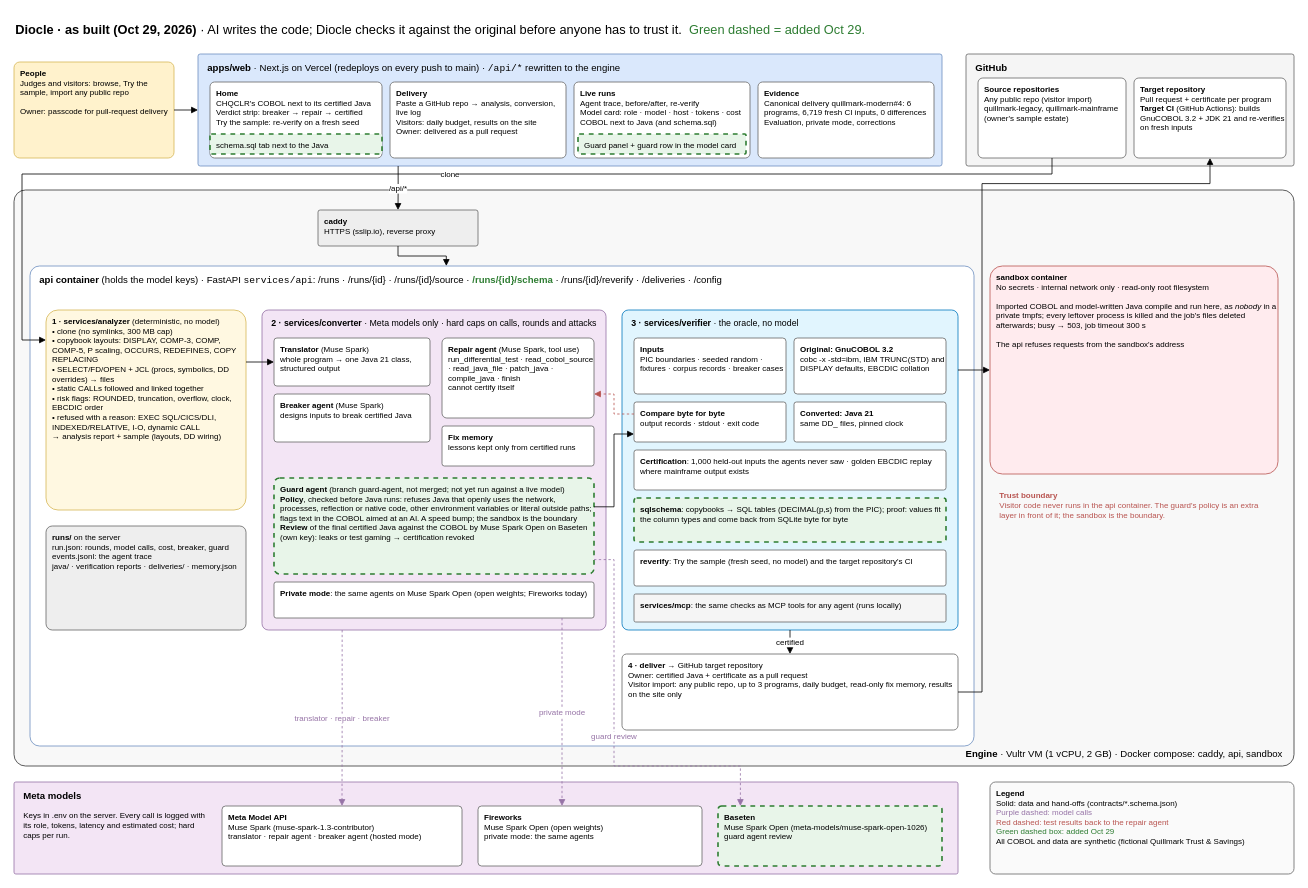
This is page "Architecture (as built, Oct 29)" (1 of 2) of docs/architecture.drawio from Nivetha200111/Diocle, a draw.io file, before an edit. Source tidied: cells renumbered, new cells numbered last; positions are measured from the earlier drawing's top-left corner, leaving out a move shared by most shapes. Both pictures are drawn from the tidied source at 80%, with x=0, y=0 at pixel (14, 14).
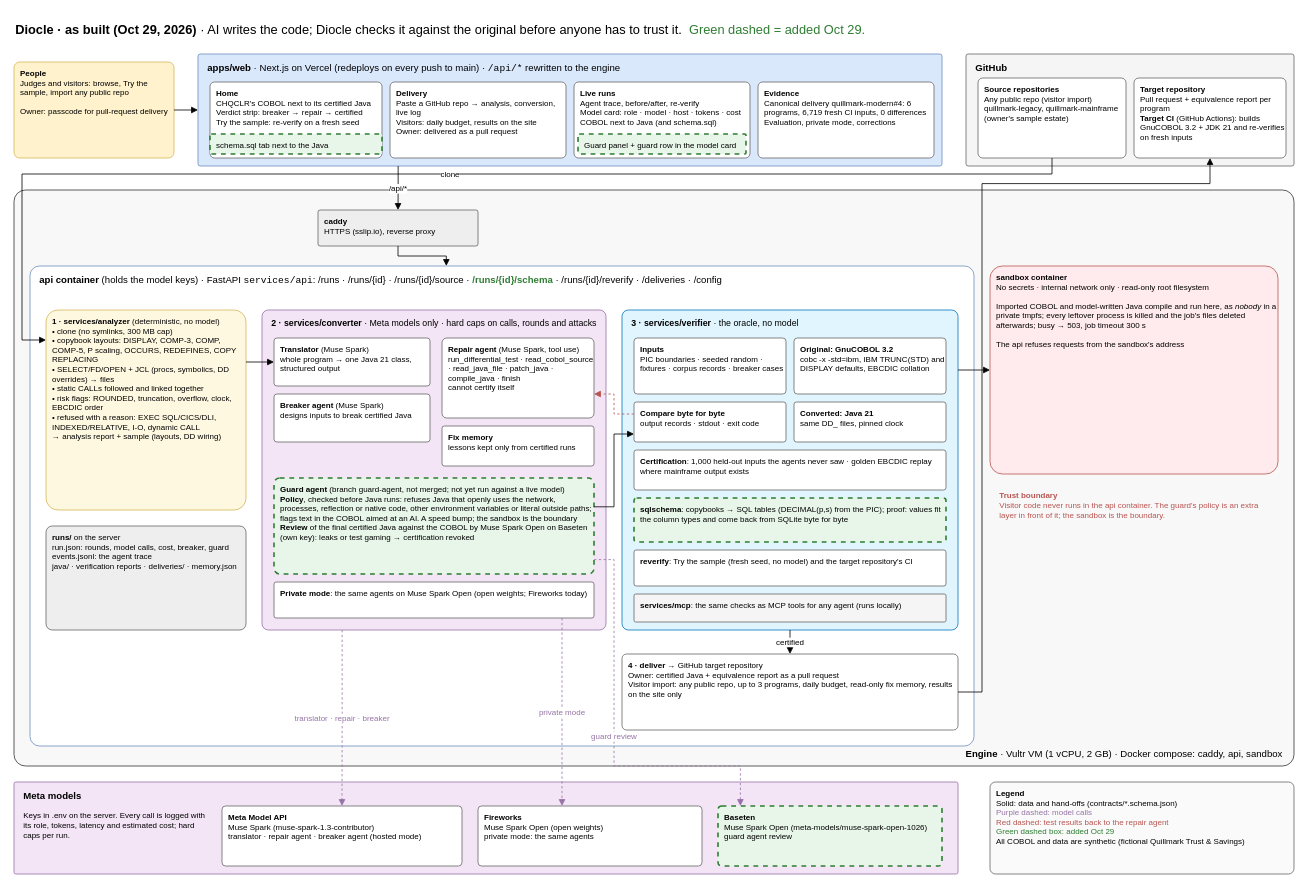
After the change.

Commit message (it also covers changes not shown here):
Docs: honest README (limits, measured finding, built-here list), equivalence report wording, live check, hand-off and architecture sync

The edit, as a diff of the source:
```diff
@@
-    <mxCell id="13" value="&lt;b&gt;Target repository&lt;/b&gt;&lt;br&gt;Pull request + certificate per program&lt;br&gt;&lt;b&gt;Target CI&lt;/b&gt; (GitHub Actions): builds GnuCOBOL 3.2 + JDK 21 and re-verifies on fresh inputs" style="rounded=1;whiteSpace=wrap;html=1;fillColor=#ffffff;strokeColor=#666666;fontSize=10;align=left;spacingLeft=6;spacingTop=2;verticalAlign=top;arcSize=6;" parent="1" vertex="1">
+    <mxCell id="13" value="&lt;b&gt;Target repository&lt;/b&gt;&lt;br&gt;Pull request + equivalence report per program&lt;br&gt;&lt;b&gt;Target CI&lt;/b&gt; (GitHub Actions): builds GnuCOBOL 3.2 + JDK 21 and re-verifies on fresh inputs" style="rounded=1;whiteSpace=wrap;html=1;fillColor=#ffffff;strokeColor=#666666;fontSize=10;align=left;spacingLeft=6;spacingTop=2;verticalAlign=top;arcSize=6;" parent="1" vertex="1">
       <mxGeometry x="1400" y="80" width="190" height="100" as="geometry" />
     </mxCell>
@@
-    <mxCell id="35" value="&lt;b&gt;4 · deliver&lt;/b&gt; → GitHub target repository&lt;br&gt;Owner: certified Java + certificate as a pull request&lt;br&gt;Visitor import: any public repo, up to 3 programs, daily budget, read-only fix memory, results on the site only" style="rounded=1;whiteSpace=wrap;html=1;fillColor=#ffffff;strokeColor=#666666;fontSize=10;align=left;spacingLeft=6;spacingTop=2;verticalAlign=top;arcSize=6;" parent="1" vertex="1">
+    <mxCell id="35" value="&lt;b&gt;4 · deliver&lt;/b&gt; → GitHub target repository&lt;br&gt;Owner: certified Java + equivalence report as a pull request&lt;br&gt;Visitor import: any public repo, up to 3 programs, daily budget, read-only fix memory, results on the site only" style="rounded=1;whiteSpace=wrap;html=1;fillColor=#ffffff;strokeColor=#666666;fontSize=10;align=left;spacingLeft=6;spacingTop=2;verticalAlign=top;arcSize=6;" parent="1" vertex="1">
       <mxGeometry x="760" y="800" width="420" height="95" as="geometry" />
     </mxCell>
```
